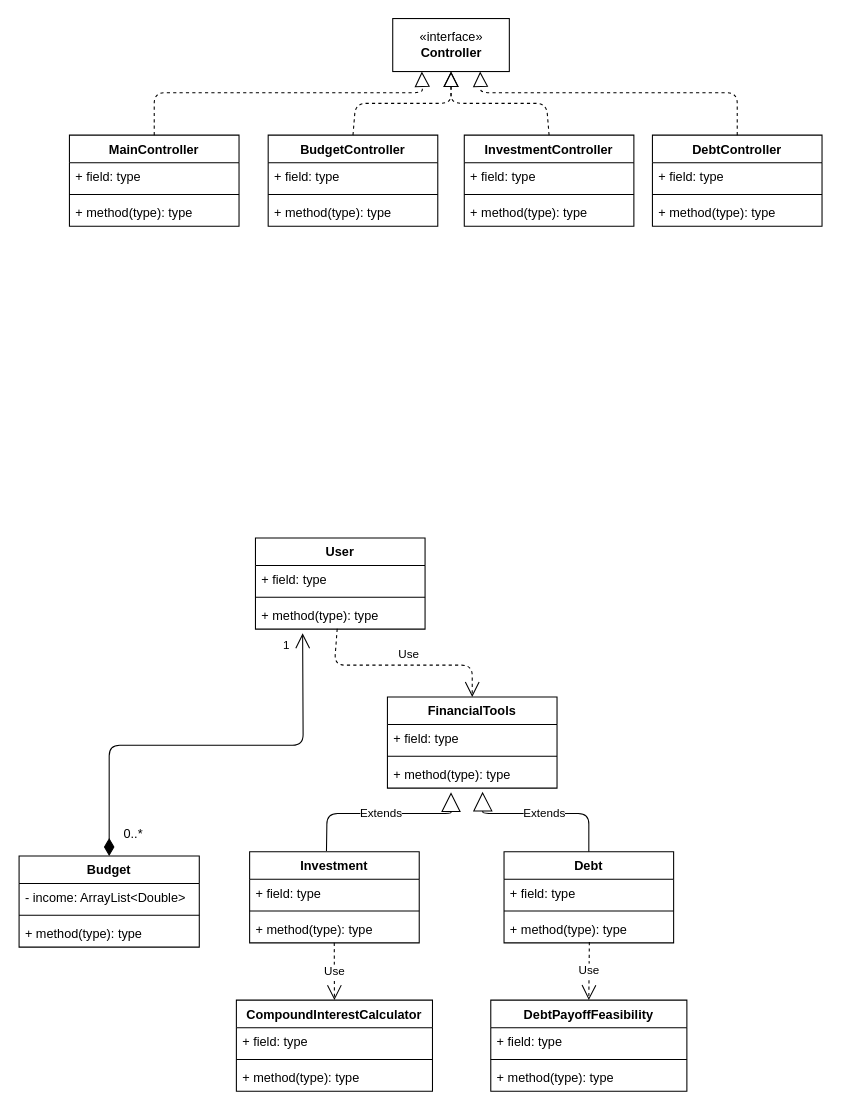
Above: docs/uml/class-diagram.drawio in yattayattamatata/Trajectory (draw.io), before the change. Source tidied: cells renumbered, new cells numbered last; positions are measured from the earlier drawing's top-left corner, leaving out a move shared by most shapes. Both pictures are drawn from the tidied source at 106%, with x=0, y=0 at pixel (18, 18).
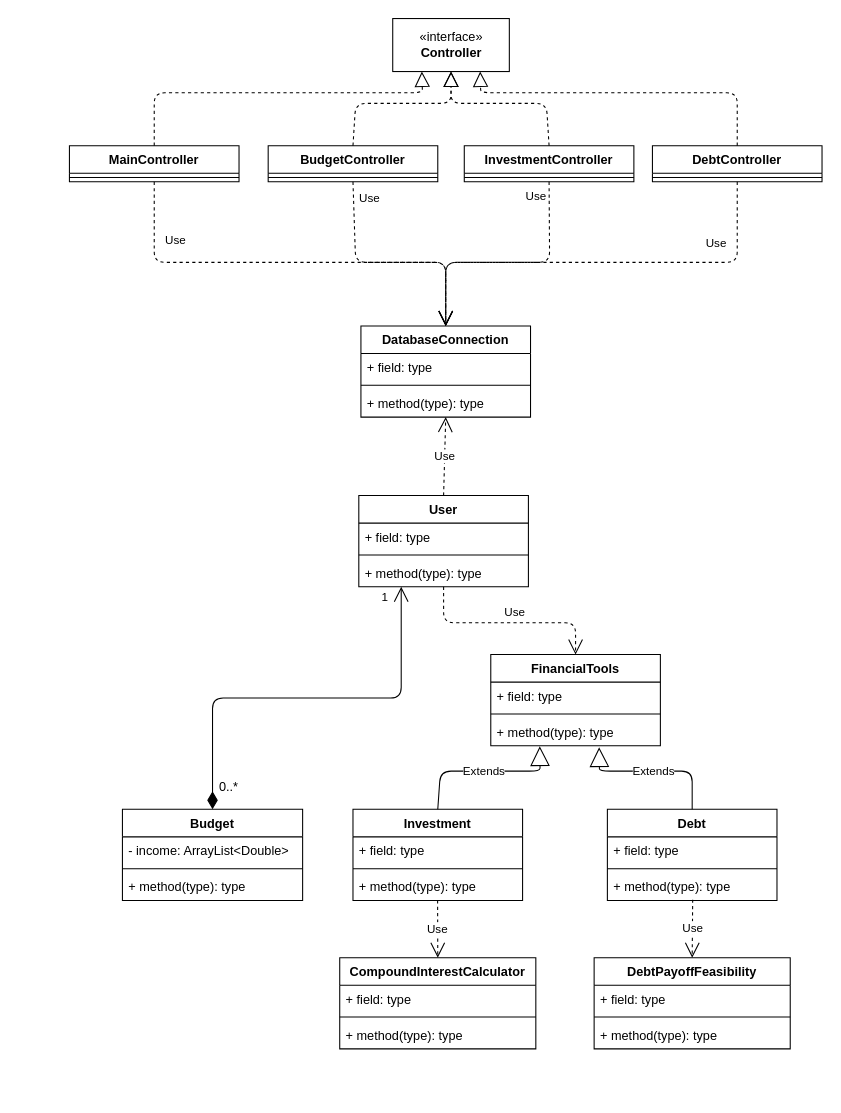
The same page after the edit.

The change refers to these unchanged cells:
```xml
<mxCell id="5" value="+ method(type): type" style="text;strokeColor=none;fillColor=none;align=left;verticalAlign=top;spacingLeft=4;spacingRight=4;overflow=hidden;points=[[0,0.5],[1,0.5]];portConstraint=eastwest;" parent="2" vertex="1">
  <mxGeometry y="60" width="160" height="26" as="geometry" />
</mxCell>
<mxCell id="47" value="+ method(type): type" style="text;strokeColor=none;fillColor=none;align=left;verticalAlign=top;spacingLeft=4;spacingRight=4;overflow=hidden;points=[[0,0.5],[1,0.5]];portConstraint=eastwest;" parent="44" vertex="1">
  <mxGeometry y="60" width="160" height="26" as="geometry" />
</mxCell>
```

Change to the diagram source:
```diff
@@
     <mxCell id="2" value="FinancialTools" style="swimlane;fontStyle=1;align=center;verticalAlign=top;horizontal=1;startSize=26;" parent="1" vertex="1">
-      <mxGeometry x="348" y="640" width="160" height="86" as="geometry" />
+      <mxGeometry x="445.5" y="600" width="160" height="86" as="geometry" />
     </mxCell>
@@
     <mxCell id="6" value="Budget" style="swimlane;fontStyle=1;align=center;verticalAlign=top;horizontal=1;startSize=26;" parent="1" vertex="1">
-      <mxGeometry x="0.5" y="790" width="170" height="86" as="geometry" />
+      <mxGeometry x="98" y="746" width="170" height="86" as="geometry" />
     </mxCell>
@@
     <mxCell id="10" value="Investment" style="swimlane;fontStyle=1;align=center;verticalAlign=top;horizontal=1;startSize=26;" parent="1" vertex="1">
-      <mxGeometry x="218" y="786" width="160" height="86" as="geometry" />
+      <mxGeometry x="315.5" y="746" width="160" height="86" as="geometry" />
     </mxCell>
@@
     <mxCell id="14" value="Debt" style="swimlane;fontStyle=1;align=center;verticalAlign=top;horizontal=1;startSize=26;" parent="1" vertex="1">
-      <mxGeometry x="458" y="786" width="160" height="86" as="geometry" />
+      <mxGeometry x="555.5" y="746" width="160" height="86" as="geometry" />
     </mxCell>
@@
     <mxCell id="18" value="CompoundInterestCalculator" style="swimlane;fontStyle=1;align=center;verticalAlign=top;horizontal=1;startSize=26;" parent="1" vertex="1">
-      <mxGeometry x="205.5" y="926" width="185" height="86" as="geometry" />
+      <mxGeometry x="303" y="886" width="185" height="86" as="geometry" />
     </mxCell>
@@
     <mxCell id="23" value="DebtPayoffFeasibility" style="swimlane;fontStyle=1;align=center;verticalAlign=top;horizontal=1;startSize=26;" parent="1" vertex="1">
-      <mxGeometry x="445.5" y="926" width="185" height="86" as="geometry" />
+      <mxGeometry x="543" y="886" width="185" height="86" as="geometry" />
     </mxCell>
@@
     <mxCell id="28" value="MainController" style="swimlane;fontStyle=1;align=center;verticalAlign=top;horizontal=1;startSize=26;" parent="1" vertex="1">
-      <mxGeometry x="48" y="110" width="160" height="86" as="geometry" />
+      <mxGeometry x="48" y="120" width="160" height="34" as="geometry" />
     </mxCell>
-    <mxCell id="29" value="+ field: type" style="text;strokeColor=none;fillColor=none;align=left;verticalAlign=top;spacingLeft=4;spacingRight=4;overflow=hidden;" parent="28" vertex="1">
-      <mxGeometry y="26" width="160" height="26" as="geometry" />
-    </mxCell>
     <mxCell id="30" style="line;strokeWidth=1;fillColor=none;align=left;verticalAlign=middle;spacingTop=-1;spacingLeft=3;spacingRight=3;labelPosition=right;strokeColor=inherit;" parent="28" vertex="1">
-      <mxGeometry y="52" width="160" height="8" as="geometry" />
+      <mxGeometry y="26" width="160" height="8" as="geometry" />
     </mxCell>
-    <mxCell id="31" value="+ method(type): type" style="text;strokeColor=none;fillColor=none;align=left;verticalAlign=top;spacingLeft=4;spacingRight=4;overflow=hidden;" parent="28" vertex="1">
-      <mxGeometry y="60" width="160" height="26" as="geometry" />
-    </mxCell>
     <mxCell id="32" value="BudgetController" style="swimlane;fontStyle=1;align=center;verticalAlign=top;horizontal=1;startSize=26;" parent="1" vertex="1">
-      <mxGeometry x="235.5" y="110" width="160" height="86" as="geometry" />
+      <mxGeometry x="235.5" y="120" width="160" height="34" as="geometry" />
     </mxCell>
-    <mxCell id="33" value="+ field: type" style="text;strokeColor=none;fillColor=none;align=left;verticalAlign=top;spacingLeft=4;spacingRight=4;overflow=hidden;" parent="32" vertex="1">
-      <mxGeometry y="26" width="160" height="26" as="geometry" />
-    </mxCell>
     <mxCell id="34" style="line;strokeWidth=1;fillColor=none;align=left;verticalAlign=middle;spacingTop=-1;spacingLeft=3;spacingRight=3;labelPosition=right;strokeColor=inherit;" parent="32" vertex="1">
-      <mxGeometry y="52" width="160" height="8" as="geometry" />
+      <mxGeometry y="26" width="160" height="8" as="geometry" />
     </mxCell>
-    <mxCell id="35" value="+ method(type): type" style="text;strokeColor=none;fillColor=none;align=left;verticalAlign=top;spacingLeft=4;spacingRight=4;overflow=hidden;" parent="32" vertex="1">
-      <mxGeometry y="60" width="160" height="26" as="geometry" />
-    </mxCell>
     <mxCell id="36" value="InvestmentController" style="swimlane;fontStyle=1;align=center;verticalAlign=top;horizontal=1;startSize=26;" parent="1" vertex="1">
-      <mxGeometry x="420.5" y="110" width="160" height="86" as="geometry" />
+      <mxGeometry x="420.5" y="120" width="160" height="34" as="geometry" />
     </mxCell>
-    <mxCell id="37" value="+ field: type" style="text;strokeColor=none;fillColor=none;align=left;verticalAlign=top;spacingLeft=4;spacingRight=4;overflow=hidden;" parent="36" vertex="1">
-      <mxGeometry y="26" width="160" height="26" as="geometry" />
-    </mxCell>
     <mxCell id="38" style="line;strokeWidth=1;fillColor=none;align=left;verticalAlign=middle;spacingTop=-1;spacingLeft=3;spacingRight=3;labelPosition=right;strokeColor=inherit;" parent="36" vertex="1">
-      <mxGeometry y="52" width="160" height="8" as="geometry" />
+      <mxGeometry y="26" width="160" height="8" as="geometry" />
     </mxCell>
-    <mxCell id="39" value="+ method(type): type" style="text;strokeColor=none;fillColor=none;align=left;verticalAlign=top;spacingLeft=4;spacingRight=4;overflow=hidden;" parent="36" vertex="1">
-      <mxGeometry y="60" width="160" height="26" as="geometry" />
-    </mxCell>
     <mxCell id="40" value="DebtController" style="swimlane;fontStyle=1;align=center;verticalAlign=top;horizontal=1;startSize=26;" parent="1" vertex="1">
-      <mxGeometry x="598" y="110" width="160" height="86" as="geometry" />
+      <mxGeometry x="598" y="120" width="160" height="34" as="geometry" />
     </mxCell>
-    <mxCell id="41" value="+ field: type" style="text;strokeColor=none;fillColor=none;align=left;verticalAlign=top;spacingLeft=4;spacingRight=4;overflow=hidden;" parent="40" vertex="1">
-      <mxGeometry y="26" width="160" height="26" as="geometry" />
-    </mxCell>
     <mxCell id="42" style="line;strokeWidth=1;fillColor=none;align=left;verticalAlign=middle;spacingTop=-1;spacingLeft=3;spacingRight=3;labelPosition=right;strokeColor=inherit;" parent="40" vertex="1">
-      <mxGeometry y="52" width="160" height="8" as="geometry" />
+      <mxGeometry y="26" width="160" height="8" as="geometry" />
     </mxCell>
-    <mxCell id="43" value="+ method(type): type" style="text;strokeColor=none;fillColor=none;align=left;verticalAlign=top;spacingLeft=4;spacingRight=4;overflow=hidden;" parent="40" vertex="1">
-      <mxGeometry y="60" width="160" height="26" as="geometry" />
-    </mxCell>
     <mxCell id="44" value="User" style="swimlane;fontStyle=1;align=center;verticalAlign=top;horizontal=1;startSize=26;" parent="1" vertex="1">
-      <mxGeometry x="223.5" y="490" width="160" height="86" as="geometry" />
+      <mxGeometry x="321" y="450" width="160" height="86" as="geometry" />
     </mxCell>
@@
-    <mxCell id="48" value="Extends" style="endArrow=block;endSize=16;endFill=0;html=1;" parent="1" edge="1">
+    <mxCell id="48" value="Extends" style="endArrow=block;endSize=16;endFill=0;html=1;entryX=0.289;entryY=1.022;entryDx=0;entryDy=0;entryPerimeter=0;exitX=0.5;exitY=0;exitDx=0;exitDy=0;" parent="1" edge="1" source="10" target="5">
       <mxGeometry relative="1" as="geometry">
-        <mxPoint x="290.5" y="785.3" as="sourcePoint" />
-        <mxPoint x="408" y="730" as="targetPoint" />
         <Array as="points">
-          <mxPoint x="291" y="750" />
-          <mxPoint x="408" y="750" />
+          <mxPoint x="398" y="710" />
+          <mxPoint x="492" y="710" />
         </Array>
       </mxGeometry>
     </mxCell>
-    <mxCell id="49" value="Extends" style="endArrow=block;endSize=16;endFill=0;html=1;entryX=0.561;entryY=1.133;entryDx=0;entryDy=0;entryPerimeter=0;exitX=0.5;exitY=0;exitDx=0;exitDy=0;" parent="1" edge="1" source="14" target="5">
+    <mxCell id="49" value="Extends" style="endArrow=block;endSize=16;endFill=0;html=1;entryX=0.639;entryY=1.057;entryDx=0;entryDy=0;entryPerimeter=0;exitX=0.5;exitY=0;exitDx=0;exitDy=0;" parent="1" edge="1" source="14" target="5">
       <mxGeometry relative="1" as="geometry">
         <Array as="points">
-          <mxPoint x="538" y="750" />
-          <mxPoint x="438" y="750" />
+          <mxPoint x="635.5" y="710" />
+          <mxPoint x="548" y="710" />
         </Array>
       </mxGeometry>
     </mxCell>
-    <mxCell id="50" value="Use" style="endArrow=open;endSize=12;dashed=1;html=1;exitX=0.482;exitY=0.987;exitDx=0;exitDy=0;exitPerimeter=0;entryX=0.5;entryY=0;entryDx=0;entryDy=0;" parent="1" edge="1" source="47" target="2">
+    <mxCell id="50" value="Use" style="endArrow=open;endSize=12;dashed=1;html=1;entryX=0.5;entryY=0;entryDx=0;entryDy=0;exitX=0.5;exitY=1;exitDx=0;exitDy=0;" parent="1" edge="1" source="44" target="2">
       <mxGeometry x="0.07" y="10" relative="1" as="geometry">
         <Array as="points">
-          <mxPoint x="298" y="610" />
-          <mxPoint x="428" y="610" />
+          <mxPoint x="401" y="570" />
+          <mxPoint x="525.5" y="570" />
         </Array>
       </mxGeometry>
     </mxCell>
-    <mxCell id="51" value="1" style="endArrow=open;html=1;endSize=12;startArrow=diamondThin;startSize=14;startFill=1;edgeStyle=orthogonalEdgeStyle;align=left;verticalAlign=bottom;exitX=0.5;exitY=0;exitDx=0;exitDy=0;" parent="1" edge="1" source="6">
-      <mxGeometry x="0.9" y="20" relative="1" as="geometry">
-        <mxPoint x="268" y="580" as="targetPoint" />
-      </mxGeometry>
+    <mxCell id="51" value="1" style="endArrow=open;html=1;endSize=12;startArrow=diamondThin;startSize=14;startFill=1;edgeStyle=orthogonalEdgeStyle;align=left;verticalAlign=bottom;exitX=0.5;exitY=0;exitDx=0;exitDy=0;entryX=0.25;entryY=1;entryDx=0;entryDy=0;" parent="1" edge="1" source="6" target="44">
+      <mxGeometry x="0.9" y="20" relative="1" as="geometry" />
     </mxCell>
     <mxCell id="52" value="0..*" style="text;html=1;align=center;verticalAlign=middle;strokeColor=none;fillColor=none;" parent="1" vertex="1">
-      <mxGeometry x="88" y="755" width="40" height="30" as="geometry" />
+      <mxGeometry x="178" y="710" width="40" height="30" as="geometry" />
     </mxCell>
@@
+    <mxCell id="58" value="DatabaseConnection" style="swimlane;fontStyle=1;align=center;verticalAlign=top;horizontal=1;startSize=26;" parent="1" vertex="1">
+      <mxGeometry x="323" y="290" width="160" height="86" as="geometry" />
+    </mxCell>
+    <mxCell id="59" value="+ field: type" style="text;strokeColor=none;fillColor=none;align=left;verticalAlign=top;spacingLeft=4;spacingRight=4;overflow=hidden;" parent="58" vertex="1">
+      <mxGeometry y="26" width="160" height="26" as="geometry" />
+    </mxCell>
+    <mxCell id="60" style="line;strokeWidth=1;fillColor=none;align=left;verticalAlign=middle;spacingTop=-1;spacingLeft=3;spacingRight=3;labelPosition=right;strokeColor=inherit;" parent="58" vertex="1">
+      <mxGeometry y="52" width="160" height="8" as="geometry" />
+    </mxCell>
+    <mxCell id="61" value="+ method(type): type" style="text;strokeColor=none;fillColor=none;align=left;verticalAlign=top;spacingLeft=4;spacingRight=4;overflow=hidden;" parent="58" vertex="1">
+      <mxGeometry y="60" width="160" height="26" as="geometry" />
+    </mxCell>
+    <mxCell id="62" value="Use" style="endArrow=open;endSize=12;dashed=1;html=1;entryX=0.5;entryY=0;entryDx=0;entryDy=0;exitX=0.5;exitY=1;exitDx=0;exitDy=0;" parent="1" edge="1" source="28" target="58">
+      <mxGeometry x="-0.73" y="20" relative="1" as="geometry">
+        <Array as="points">
+          <mxPoint x="128" y="230" />
+          <mxPoint x="403" y="230" />
+        </Array>
+      </mxGeometry>
+    </mxCell>
+    <mxCell id="63" value="Use" style="endArrow=open;endSize=12;dashed=1;html=1;exitX=0.5;exitY=1;exitDx=0;exitDy=0;entryX=0.5;entryY=0;entryDx=0;entryDy=0;" parent="1" edge="1" source="32" target="58">
+      <mxGeometry x="-0.85" y="15" relative="1" as="geometry">
+        <Array as="points">
+          <mxPoint x="318" y="230" />
+          <mxPoint x="403" y="230" />
+        </Array>
+      </mxGeometry>
+    </mxCell>
+    <mxCell id="64" value="Use" style="endArrow=open;endSize=12;dashed=1;html=1;entryX=0.5;entryY=0;entryDx=0;entryDy=0;exitX=0.5;exitY=1;exitDx=0;exitDy=0;" parent="1" edge="1" source="36" target="58">
+      <mxGeometry x="-0.88" y="-13" relative="1" as="geometry">
+        <Array as="points">
+          <mxPoint x="501" y="230" />
+          <mxPoint x="403" y="230" />
+        </Array>
+      </mxGeometry>
+    </mxCell>
+    <mxCell id="65" value="Use" style="endArrow=open;endSize=12;dashed=1;html=1;exitX=0.5;exitY=1;exitDx=0;exitDy=0;entryX=0.5;entryY=0;entryDx=0;entryDy=0;" parent="1" edge="1" source="40" target="58">
+      <mxGeometry x="-0.72" y="-20" relative="1" as="geometry">
+        <Array as="points">
+          <mxPoint x="678" y="230" />
+          <mxPoint x="403" y="230" />
+        </Array>
+      </mxGeometry>
+    </mxCell>
+    <mxCell id="66" value="Use" style="endArrow=open;endSize=12;dashed=1;html=1;exitX=0.5;exitY=0;exitDx=0;exitDy=0;entryX=0.5;entryY=1;entryDx=0;entryDy=0;" parent="1" edge="1" source="44" target="58">
+      <mxGeometry relative="1" as="geometry" />
+    </mxCell>
```
